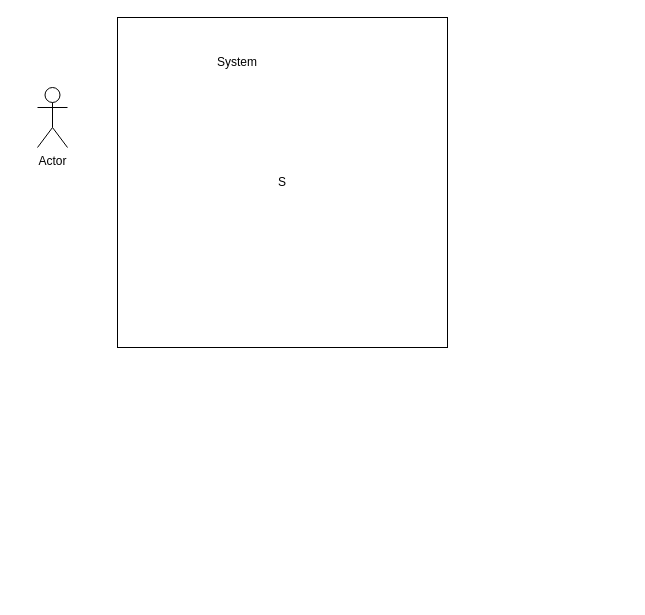
The draw.io diagram Use Case Diagram.drawio in BjornGrylls/Svendeprove-OOAD, before the edit. Source tidied: cells renumbered, new cells numbered last; positions are measured from the earlier drawing's top-left corner, leaving out a move shared by most shapes. Both pictures are drawn from the tidied source at 100%, with x=0, y=0 at pixel (37, 17).
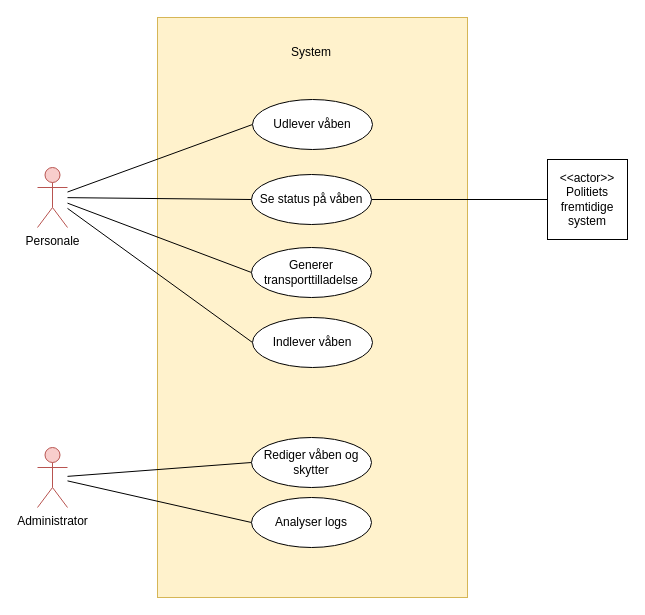
Above is the later version.

The edit, as a diff of the source:
```diff
@@
 <mxGraphModel>
   <root>
     <mxCell id="0" />
     <mxCell id="1" parent="0" />
+    <mxCell id="3" style="whiteSpace=wrap;html=1;fillColor=#fff2cc;strokeColor=#d6b656;" parent="1" vertex="1">
+      <mxGeometry x="120" width="310" height="580" as="geometry" />
+    </mxCell>
-    <mxCell id="2" value="Actor" style="shape=umlActor;verticalLabelPosition=bottom;verticalAlign=top;html=1;outlineConnect=0;" parent="1" vertex="1">
-      <mxGeometry y="70" width="30" height="60" as="geometry" />
+    <mxCell id="2" value="Personale" style="shape=umlActor;verticalLabelPosition=bottom;verticalAlign=top;html=1;outlineConnect=0;fillColor=#f8cecc;strokeColor=#b85450;" parent="1" vertex="1">
+      <mxGeometry y="150" width="30" height="60" as="geometry" />
     </mxCell>
-    <mxCell id="3" value="S" style="whiteSpace=wrap;html=1;" parent="1" vertex="1">
-      <mxGeometry x="80" width="330" height="330" as="geometry" />
-    </mxCell>
     <mxCell id="4" value="System" style="text;html=1;strokeColor=none;fillColor=none;align=center;verticalAlign=middle;whiteSpace=wrap;rounded=0;" parent="1" vertex="1">
-      <mxGeometry x="170" y="30" width="60" height="30" as="geometry" />
+      <mxGeometry x="244" y="20" width="60" height="30" as="geometry" />
     </mxCell>
+    <mxCell id="5" value="Administrator" style="shape=umlActor;verticalLabelPosition=bottom;verticalAlign=top;html=1;outlineConnect=0;fillColor=#f8cecc;strokeColor=#b85450;" parent="1" vertex="1">
+      <mxGeometry y="430" width="30" height="60" as="geometry" />
+    </mxCell>
+    <mxCell id="6" style="edgeStyle=none;shape=connector;rounded=0;jettySize=auto;html=1;exitX=0;exitY=0.5;exitDx=0;exitDy=0;entryX=1;entryY=0.5;entryDx=0;entryDy=0;labelBackgroundColor=default;strokeColor=default;fontFamily=Helvetica;fontSize=11;fontColor=default;endArrow=none;endFill=0;" parent="1" edge="1" source="7" target="13">
+      <mxGeometry relative="1" as="geometry" />
+    </mxCell>
+    <mxCell id="7" value="&amp;lt;&amp;lt;actor&amp;gt;&amp;gt;&lt;br&gt;Politiets fremtidige system" style="whiteSpace=wrap;html=1;" parent="1" vertex="1">
+      <mxGeometry x="510" y="142" width="80" height="80" as="geometry" />
+    </mxCell>
+    <mxCell id="8" style="edgeStyle=none;shape=connector;rounded=0;jettySize=auto;html=1;exitX=0;exitY=0.5;exitDx=0;exitDy=0;labelBackgroundColor=default;strokeColor=default;fontFamily=Helvetica;fontSize=11;fontColor=default;endArrow=none;endFill=0;" parent="1" edge="1" source="9" target="5">
+      <mxGeometry relative="1" as="geometry" />
+    </mxCell>
+    <mxCell id="9" value="Analyser logs" style="ellipse;whiteSpace=wrap;html=1;" parent="1" vertex="1">
+      <mxGeometry x="214" y="480" width="120" height="50" as="geometry" />
+    </mxCell>
+    <mxCell id="10" style="edgeStyle=none;shape=connector;rounded=0;jettySize=auto;html=1;exitX=0;exitY=0.5;exitDx=0;exitDy=0;labelBackgroundColor=default;strokeColor=default;fontFamily=Helvetica;fontSize=11;fontColor=default;endArrow=none;endFill=0;" parent="1" edge="1" source="11" target="5">
+      <mxGeometry relative="1" as="geometry" />
+    </mxCell>
+    <mxCell id="11" value="Rediger våben og skytter" style="ellipse;whiteSpace=wrap;html=1;" parent="1" vertex="1">
+      <mxGeometry x="214" y="420" width="120" height="50" as="geometry" />
+    </mxCell>
+    <mxCell id="12" style="edgeStyle=none;shape=connector;rounded=0;jettySize=auto;html=1;exitX=0;exitY=0.5;exitDx=0;exitDy=0;labelBackgroundColor=default;strokeColor=default;fontFamily=Helvetica;fontSize=11;fontColor=default;endArrow=none;endFill=0;" parent="1" edge="1" source="13" target="2">
+      <mxGeometry relative="1" as="geometry" />
+    </mxCell>
+    <mxCell id="13" value="Se status på våben" style="ellipse;whiteSpace=wrap;html=1;" parent="1" vertex="1">
+      <mxGeometry x="214" y="157" width="120" height="50" as="geometry" />
+    </mxCell>
+    <mxCell id="14" style="edgeStyle=none;shape=connector;rounded=0;jettySize=auto;html=1;exitX=0;exitY=0.5;exitDx=0;exitDy=0;labelBackgroundColor=default;strokeColor=default;fontFamily=Helvetica;fontSize=11;fontColor=default;endArrow=none;endFill=0;" parent="1" edge="1" source="15" target="2">
+      <mxGeometry relative="1" as="geometry" />
+    </mxCell>
+    <mxCell id="15" value="Udlever våben" style="ellipse;whiteSpace=wrap;html=1;" parent="1" vertex="1">
+      <mxGeometry x="215" y="82" width="120" height="50" as="geometry" />
+    </mxCell>
+    <mxCell id="16" style="edgeStyle=none;shape=connector;rounded=0;jettySize=auto;html=1;exitX=0;exitY=0.5;exitDx=0;exitDy=0;labelBackgroundColor=default;strokeColor=default;fontFamily=Helvetica;fontSize=11;fontColor=default;endArrow=none;endFill=0;" parent="1" edge="1" source="17" target="2">
+      <mxGeometry relative="1" as="geometry" />
+    </mxCell>
+    <mxCell id="17" value="Indlever våben" style="ellipse;whiteSpace=wrap;html=1;" parent="1" vertex="1">
+      <mxGeometry x="215" y="300" width="120" height="50" as="geometry" />
+    </mxCell>
+    <mxCell id="18" style="edgeStyle=none;shape=connector;rounded=0;jettySize=auto;html=1;exitX=0;exitY=0.5;exitDx=0;exitDy=0;labelBackgroundColor=default;strokeColor=default;fontFamily=Helvetica;fontSize=11;fontColor=default;endArrow=none;endFill=0;" parent="1" edge="1" source="19" target="2">
+      <mxGeometry relative="1" as="geometry" />
+    </mxCell>
+    <mxCell id="19" value="Generer transporttilladelse" style="ellipse;whiteSpace=wrap;html=1;" parent="1" vertex="1">
+      <mxGeometry x="214" y="230" width="120" height="50" as="geometry" />
+    </mxCell>
   </root>
 </mxGraphModel>
```
